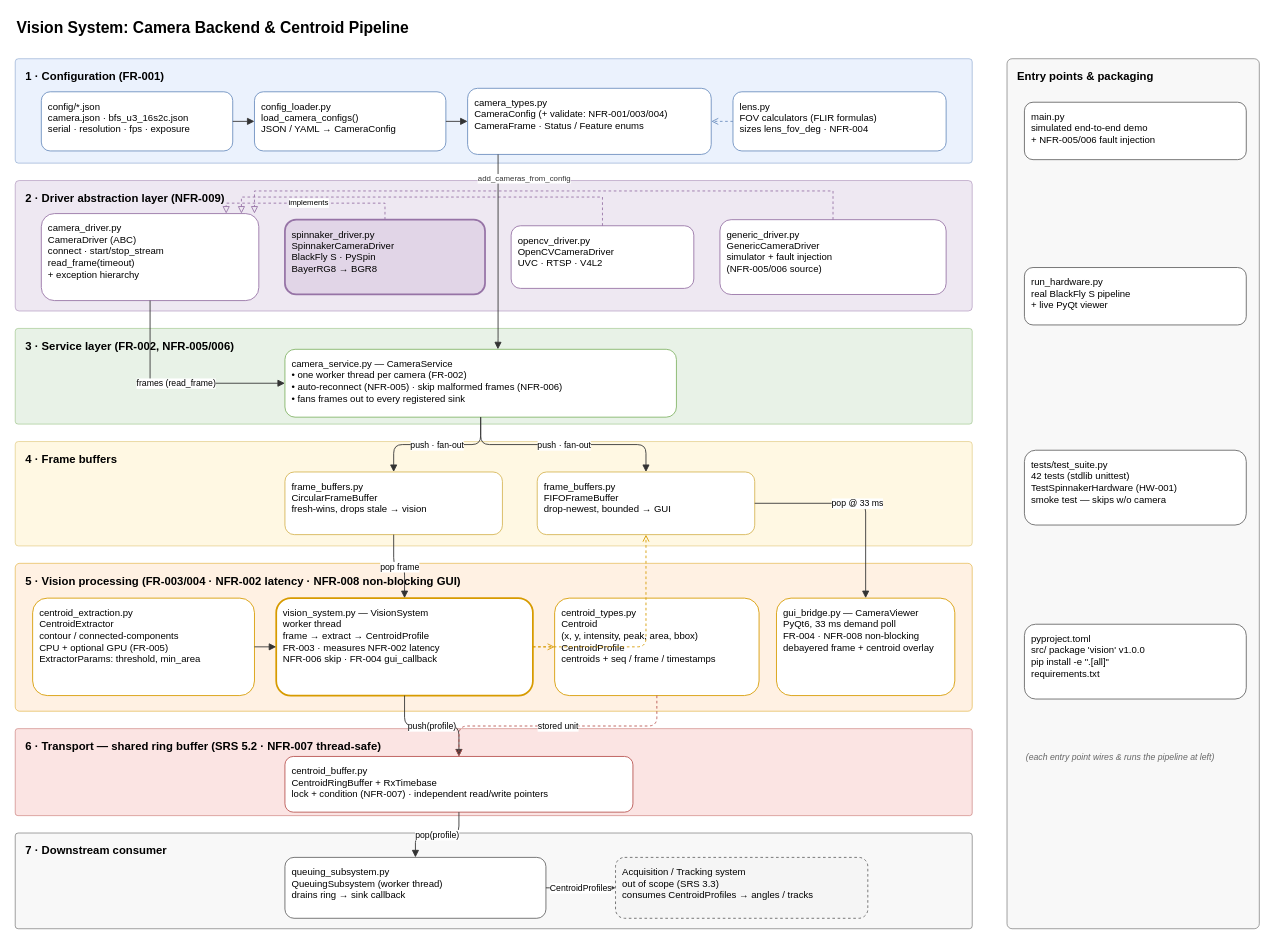
alexis-flores/vision keeps this draw.io diagram as vision-architecture.drawio. Above is the earlier version. Source tidied: cells renumbered, new cells numbered last; positions are measured from the earlier drawing's top-left corner, leaving out a move shared by most shapes. Both pictures are drawn from the tidied source at 87%, with x=0, y=0 at pixel (15, 15).
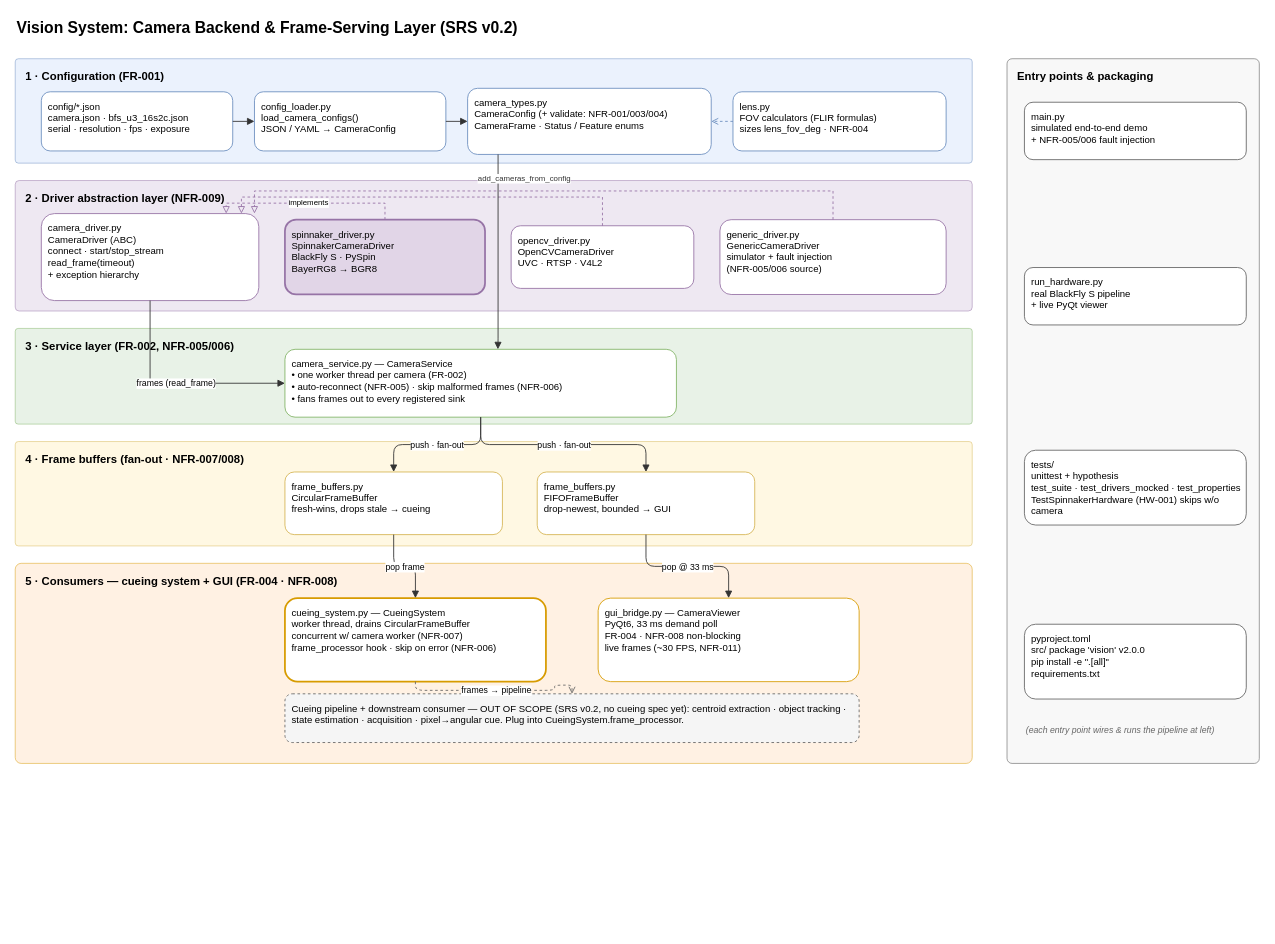
Above is the later version.

The change refers to these unchanged cells:
```xml
<mxCell id="21" value="frame_buffers.py&#10;FIFOFrameBuffer&#10;drop-newest, bounded  →  GUI" style="rounded=1;whiteSpace=wrap;html=1;fillColor=#ffffff;strokeColor=#d6b656;fontSize=11;align=left;spacingLeft=6;verticalAlign=top;spacingTop=4;" parent="1" vertex="1">
  <mxGeometry x="600" y="525" width="250" height="72" as="geometry" />
</mxCell>
```

The edit, as a diff of the source:
```diff
@@
-    <mxCell id="2" value="Vision System: Camera Backend &amp;amp; Centroid Pipeline" style="text;html=1;fontSize=18;fontStyle=1;align=left;verticalAlign=middle;" parent="1" vertex="1">
+    <mxCell id="2" value="Vision System: Camera Backend &amp;amp; Frame-Serving Layer  (SRS v0.2)" style="text;html=1;fontSize=18;fontStyle=1;align=left;verticalAlign=middle;" parent="1" vertex="1">
       <mxGeometry width="1100" height="30" as="geometry" />
     </mxCell>
@@
-    <mxCell id="6" value="4 · Frame buffers" style="rounded=1;arcSize=3;fillColor=#fff2cc;strokeColor=#d6b656;verticalAlign=top;align=left;spacingLeft=10;spacingTop=6;fontStyle=1;fontSize=13;opacity=55;" parent="1" vertex="1">
+    <mxCell id="6" value="4 · Frame buffers  (fan-out · NFR-007/008)" style="rounded=1;arcSize=3;fillColor=#fff2cc;strokeColor=#d6b656;verticalAlign=top;align=left;spacingLeft=10;spacingTop=6;fontStyle=1;fontSize=13;opacity=55;" parent="1" vertex="1">
       <mxGeometry y="490" width="1100" height="120" as="geometry" />
     </mxCell>
-    <mxCell id="7" value="5 · Vision processing  (FR-003/004 · NFR-002 latency · NFR-008 non-blocking GUI)" style="rounded=1;arcSize=3;fillColor=#ffe6cc;strokeColor=#d79b00;verticalAlign=top;align=left;spacingLeft=10;spacingTop=6;fontStyle=1;fontSize=13;opacity=55;" parent="1" vertex="1">
-      <mxGeometry y="630" width="1100" height="170" as="geometry" />
+    <mxCell id="7" value="5 · Consumers — cueing system + GUI  (FR-004 · NFR-008)" style="rounded=1;arcSize=3;fillColor=#ffe6cc;strokeColor=#d79b00;verticalAlign=top;align=left;spacingLeft=10;spacingTop=6;fontStyle=1;fontSize=13;opacity=55;" parent="1" vertex="1">
+      <mxGeometry y="630" width="1100" height="230" as="geometry" />
     </mxCell>
-    <mxCell id="8" value="6 · Transport — shared ring buffer  (SRS 5.2 · NFR-007 thread-safe)" style="rounded=1;arcSize=3;fillColor=#f8cecc;strokeColor=#b85450;verticalAlign=top;align=left;spacingLeft=10;spacingTop=6;fontStyle=1;fontSize=13;opacity=55;" parent="1" vertex="1">
-      <mxGeometry y="820" width="1100" height="100" as="geometry" />
-    </mxCell>
-    <mxCell id="9" value="7 · Downstream consumer" style="rounded=1;arcSize=3;fillColor=#f5f5f5;strokeColor=#666666;verticalAlign=top;align=left;spacingLeft=10;spacingTop=6;fontStyle=1;fontSize=13;opacity=70;" parent="1" vertex="1">
-      <mxGeometry y="940" width="1100" height="110" as="geometry" />
-    </mxCell>
     <mxCell id="10" value="Entry points &amp; packaging" style="rounded=1;arcSize=2;fillColor=#f5f5f5;strokeColor=#666666;verticalAlign=top;align=left;spacingLeft=10;spacingTop=6;fontStyle=1;fontSize=13;opacity=70;" parent="1" vertex="1">
-      <mxGeometry x="1140" y="50" width="290" height="1000" as="geometry" />
+      <mxGeometry x="1140" y="50" width="290" height="810" as="geometry" />
     </mxCell>
@@
-    <mxCell id="20" value="frame_buffers.py&#10;CircularFrameBuffer&#10;fresh-wins, drops stale  →  vision" style="rounded=1;whiteSpace=wrap;html=1;fillColor=#ffffff;strokeColor=#d6b656;fontSize=11;align=left;spacingLeft=6;verticalAlign=top;spacingTop=4;" parent="1" vertex="1">
+    <mxCell id="20" value="frame_buffers.py&#10;CircularFrameBuffer&#10;fresh-wins, drops stale  →  cueing" style="rounded=1;whiteSpace=wrap;html=1;fillColor=#ffffff;strokeColor=#d6b656;fontSize=11;align=left;spacingLeft=6;verticalAlign=top;spacingTop=4;" parent="1" vertex="1">
       <mxGeometry x="310" y="525" width="250" height="72" as="geometry" />
     </mxCell>
@@
-    <mxCell id="22" value="centroid_extraction.py&#10;CentroidExtractor&#10;contour / connected-components&#10;CPU + optional GPU (FR-005)&#10;ExtractorParams: threshold, min_area" style="rounded=1;whiteSpace=wrap;html=1;fillColor=#ffffff;strokeColor=#d79b00;fontSize=11;align=left;spacingLeft=6;verticalAlign=top;spacingTop=4;" parent="1" vertex="1">
-      <mxGeometry x="20" y="670" width="255" height="112" as="geometry" />
-    </mxCell>
-    <mxCell id="23" value="vision_system.py  —  VisionSystem&#10;worker thread&#10;frame → extract → CentroidProfile&#10;FR-003 · measures NFR-002 latency&#10;NFR-006 skip · FR-004 gui_callback" style="rounded=1;whiteSpace=wrap;html=1;fillColor=#ffffff;strokeColor=#d79b00;strokeWidth=2;fontSize=11;align=left;spacingLeft=6;verticalAlign=top;spacingTop=4;" parent="1" vertex="1">
-      <mxGeometry x="300" y="670" width="295" height="112" as="geometry" />
-    </mxCell>
-    <mxCell id="24" value="centroid_types.py&#10;Centroid&#10;(x, y, intensity, peak, area, bbox)&#10;CentroidProfile&#10;centroids + seq / frame / timestamps" style="rounded=1;whiteSpace=wrap;html=1;fillColor=#ffffff;strokeColor=#d79b00;fontSize=11;align=left;spacingLeft=6;verticalAlign=top;spacingTop=4;" parent="1" vertex="1">
-      <mxGeometry x="620" y="670" width="235" height="112" as="geometry" />
-    </mxCell>
+    <mxCell id="54" value="cueing_system.py  —  CueingSystem&#10;worker thread, drains CircularFrameBuffer&#10;concurrent w/ camera worker (NFR-007)&#10;frame_processor hook · skip on error (NFR-006)" style="rounded=1;whiteSpace=wrap;html=1;fillColor=#ffffff;strokeColor=#d79b00;strokeWidth=2;fontSize=11;align=left;spacingLeft=6;verticalAlign=top;spacingTop=4;" parent="1" vertex="1">
+      <mxGeometry x="310" y="670" width="300" height="96" as="geometry" />
+    </mxCell>
-    <mxCell id="25" value="gui_bridge.py  —  CameraViewer&#10;PyQt6, 33 ms demand poll&#10;FR-004 · NFR-008 non-blocking&#10;debayered frame + centroid overlay" style="rounded=1;whiteSpace=wrap;html=1;fillColor=#ffffff;strokeColor=#d79b00;fontSize=11;align=left;spacingLeft=6;verticalAlign=top;spacingTop=4;" parent="1" vertex="1">
-      <mxGeometry x="875" y="670" width="205" height="112" as="geometry" />
+    <mxCell id="25" value="gui_bridge.py  —  CameraViewer&#10;PyQt6, 33 ms demand poll&#10;FR-004 · NFR-008 non-blocking&#10;live frames (~30 FPS, NFR-011)" style="rounded=1;whiteSpace=wrap;html=1;fillColor=#ffffff;strokeColor=#d79b00;fontSize=11;align=left;spacingLeft=6;verticalAlign=top;spacingTop=4;" parent="1" vertex="1">
+      <mxGeometry x="670" y="670" width="300" height="96" as="geometry" />
     </mxCell>
-    <mxCell id="26" value="centroid_buffer.py&#10;CentroidRingBuffer + RxTimebase&#10;lock + condition (NFR-007) · independent read/write pointers" style="rounded=1;whiteSpace=wrap;html=1;fillColor=#ffffff;strokeColor=#b85450;fontSize=11;align=left;spacingLeft=6;verticalAlign=top;spacingTop=4;" parent="1" vertex="1">
-      <mxGeometry x="310" y="852" width="400" height="64" as="geometry" />
-    </mxCell>
-    <mxCell id="27" value="queuing_subsystem.py&#10;QueuingSubsystem (worker thread)&#10;drains ring  →  sink callback" style="rounded=1;whiteSpace=wrap;html=1;fillColor=#ffffff;strokeColor=#666666;fontSize=11;align=left;spacingLeft=6;verticalAlign=top;spacingTop=4;" parent="1" vertex="1">
-      <mxGeometry x="310" y="968" width="300" height="70" as="geometry" />
-    </mxCell>
-    <mxCell id="28" value="Acquisition / Tracking system&#10;out of scope (SRS 3.3)&#10;consumes CentroidProfiles → angles / tracks" style="rounded=1;whiteSpace=wrap;html=1;dashed=1;fillColor=#f5f5f5;strokeColor=#666666;fontSize=11;align=left;spacingLeft=6;verticalAlign=top;spacingTop=4;" parent="1" vertex="1">
-      <mxGeometry x="690" y="968" width="290" height="70" as="geometry" />
+    <mxCell id="28" value="Cueing pipeline + downstream consumer — OUT OF SCOPE (SRS v0.2, no cueing spec yet):  centroid extraction · object tracking · state estimation · acquisition · pixel→angular cue.   Plug into CueingSystem.frame_processor." style="rounded=1;whiteSpace=wrap;html=1;dashed=1;fillColor=#f5f5f5;strokeColor=#666666;fontSize=11;align=left;spacingLeft=6;verticalAlign=top;spacingTop=4;" parent="1" vertex="1">
+      <mxGeometry x="310" y="780" width="660" height="56" as="geometry" />
     </mxCell>
@@
-    <mxCell id="31" value="tests/test_suite.py&#10;42 tests (stdlib unittest)&#10;TestSpinnakerHardware (HW-001)&#10;smoke test — skips w/o camera" style="rounded=1;whiteSpace=wrap;html=1;fillColor=#ffffff;strokeColor=#666666;fontSize=11;align=left;spacingLeft=6;verticalAlign=top;spacingTop=4;" parent="1" vertex="1">
+    <mxCell id="31" value="tests/&#10;unittest + hypothesis&#10;test_suite · test_drivers_mocked · test_properties&#10;TestSpinnakerHardware (HW-001) skips w/o camera" style="rounded=1;whiteSpace=wrap;html=1;fillColor=#ffffff;strokeColor=#666666;fontSize=11;align=left;spacingLeft=6;verticalAlign=top;spacingTop=4;" parent="1" vertex="1">
       <mxGeometry x="1160" y="500" width="255" height="86" as="geometry" />
     </mxCell>
-    <mxCell id="32" value="pyproject.toml&#10;src/ package 'vision' v1.0.0&#10;pip install -e &quot;.[all]&quot;&#10;requirements.txt" style="rounded=1;whiteSpace=wrap;html=1;fillColor=#ffffff;strokeColor=#666666;fontSize=11;align=left;spacingLeft=6;verticalAlign=top;spacingTop=4;" parent="1" vertex="1">
+    <mxCell id="32" value="pyproject.toml&#10;src/ package 'vision' v2.0.0&#10;pip install -e &quot;.[all]&quot;&#10;requirements.txt" style="rounded=1;whiteSpace=wrap;html=1;fillColor=#ffffff;strokeColor=#666666;fontSize=11;align=left;spacingLeft=6;verticalAlign=top;spacingTop=4;" parent="1" vertex="1">
       <mxGeometry x="1160" y="700" width="255" height="86" as="geometry" />
     </mxCell>
@@
-    <mxCell id="44" value="pop frame" style="edgeStyle=orthogonalEdgeStyle;rounded=1;html=1;endArrow=block;strokeColor=#333333;fontSize=10;" parent="1" edge="1" source="20" target="23">
+    <mxCell id="44" value="pop frame" style="edgeStyle=orthogonalEdgeStyle;rounded=1;html=1;endArrow=block;strokeColor=#333333;fontSize=10;" parent="1" edge="1" source="20" target="54">
       <mxGeometry relative="1" as="geometry" />
     </mxCell>
-    <mxCell id="45" style="edgeStyle=orthogonalEdgeStyle;rounded=1;html=1;endArrow=block;strokeColor=#333333;fontSize=10;" parent="1" edge="1" source="22" target="23">
-      <mxGeometry relative="1" as="geometry" />
-    </mxCell>
-    <mxCell id="46" style="edgeStyle=orthogonalEdgeStyle;rounded=1;html=1;endArrow=open;dashed=1;strokeColor=#d79b00;fontSize=10;" parent="1" edge="1" source="23" target="24">
-      <mxGeometry relative="1" as="geometry" />
-    </mxCell>
-    <mxCell id="47" style="edgeStyle=orthogonalEdgeStyle;rounded=1;html=1;endArrow=open;dashed=1;strokeColor=#d79b00;fontSize=10;" parent="1" edge="1" source="23" target="21">
-      <mxGeometry relative="1" as="geometry" />
-    </mxCell>
@@
-    <mxCell id="49" value="push(profile)" style="edgeStyle=orthogonalEdgeStyle;rounded=1;html=1;endArrow=block;strokeColor=#333333;fontSize=10;" parent="1" edge="1" source="23" target="26">
-      <mxGeometry relative="1" as="geometry" />
-    </mxCell>
-    <mxCell id="50" value="stored unit" style="edgeStyle=orthogonalEdgeStyle;rounded=1;html=1;endArrow=open;dashed=1;strokeColor=#b85450;fontSize=10;" parent="1" edge="1" source="24" target="26">
-      <mxGeometry relative="1" as="geometry" />
-    </mxCell>
-    <mxCell id="51" value="pop(profile)" style="edgeStyle=orthogonalEdgeStyle;rounded=1;html=1;endArrow=block;strokeColor=#333333;fontSize=10;" parent="1" edge="1" source="26" target="27">
-      <mxGeometry relative="1" as="geometry" />
-    </mxCell>
-    <mxCell id="52" value="CentroidProfiles" style="edgeStyle=orthogonalEdgeStyle;rounded=1;html=1;endArrow=block;strokeColor=#333333;fontSize=10;" parent="1" edge="1" source="27" target="28">
+    <mxCell id="52" value="frames → pipeline" style="edgeStyle=orthogonalEdgeStyle;rounded=1;html=1;endArrow=open;dashed=1;strokeColor=#666666;fontSize=10;" parent="1" edge="1" source="54" target="28">
       <mxGeometry relative="1" as="geometry" />
     </mxCell>
     <mxCell id="53" value="(each entry point wires &amp; runs the pipeline at left)" style="text;html=1;align=left;fontSize=10;fontStyle=2;fontColor=#666666;" parent="1" vertex="1">
-      <mxGeometry x="1160" y="840" width="255" height="30" as="geometry" />
+      <mxGeometry x="1160" y="810" width="255" height="30" as="geometry" />
     </mxCell>
```
